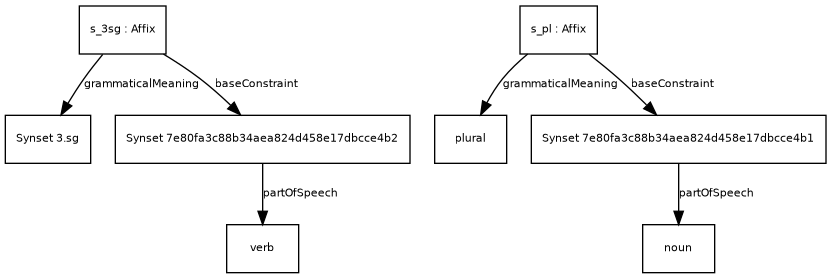
Earlier version of the Graphviz export examples/example_5.png (ontolex/morph). Its source is kept beside it as examples/example_5.dot.
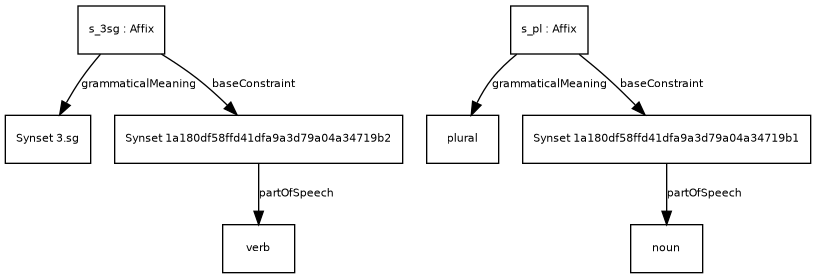
After the change.

What changed in the source:
```diff
@@ -16,15 +16,15 @@
 Synset3sg [ label="{Synset 3.sg}" ]
 s_3sg -> Synset3sg [ label="grammaticalMeaning" ]
 verb [ label="{verb}" ]
-Synset7e80fa3c88b34aea824d458e17dbcce4b2 -> verb [ label="partOfSpeech" ]
-Synset7e80fa3c88b34aea824d458e17dbcce4b2 [ label="{Synset 7e80fa3c88b34aea824d458e17dbcce4b2}" ]
-s_3sg -> Synset7e80fa3c88b34aea824d458e17dbcce4b2 [ label="baseConstraint" ]
+Synset1a180df58ffd41dfa9a3d79a04a34719b2 -> verb [ label="partOfSpeech" ]
+Synset1a180df58ffd41dfa9a3d79a04a34719b2 [ label="{Synset 1a180df58ffd41dfa9a3d79a04a34719b2}" ]
+s_3sg -> Synset1a180df58ffd41dfa9a3d79a04a34719b2 [ label="baseConstraint" ]
 s_3sg [ label="{s_3sg : Affix}" ]
 plural [ label="{plural}" ]
 s_pl -> plural [ label="grammaticalMeaning" ]
 noun [ label="{noun}" ]
-Synset7e80fa3c88b34aea824d458e17dbcce4b1 -> noun [ label="partOfSpeech" ]
-Synset7e80fa3c88b34aea824d458e17dbcce4b1 [ label="{Synset 7e80fa3c88b34aea824d458e17dbcce4b1}" ]
-s_pl -> Synset7e80fa3c88b34aea824d458e17dbcce4b1 [ label="baseConstraint" ]
+Synset1a180df58ffd41dfa9a3d79a04a34719b1 -> noun [ label="partOfSpeech" ]
+Synset1a180df58ffd41dfa9a3d79a04a34719b1 [ label="{Synset 1a180df58ffd41dfa9a3d79a04a34719b1}" ]
+s_pl -> Synset1a180df58ffd41dfa9a3d79a04a34719b1 [ label="baseConstraint" ]
 s_pl [ label="{s_pl : Affix}" ]
 }
```
